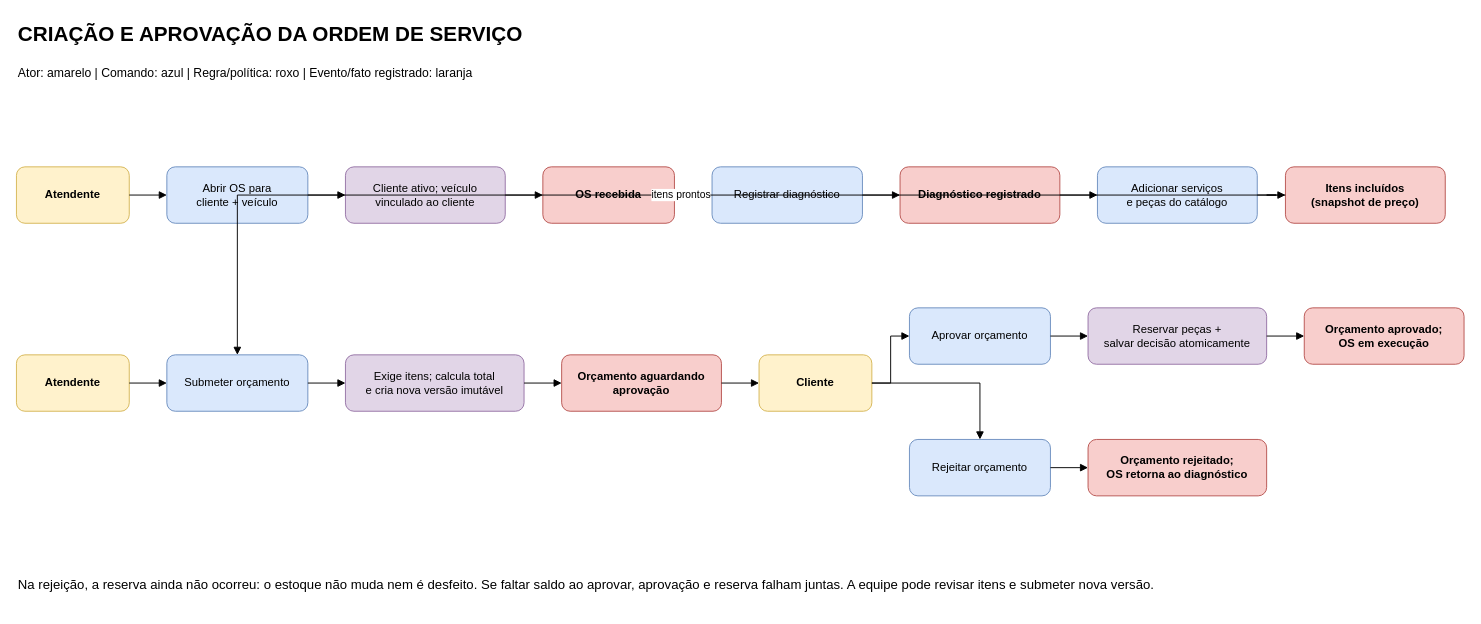
This is page "1 - Criação e aprovação da OS" (1 of 3) of docs/ddd/event-storming.drawio from medanielsantos/fiap-soat, a draw.io file, before an edit. Source tidied: cells renumbered, new cells numbered last; positions are measured from the earlier drawing's top-left corner, leaving out a move shared by most shapes. Both pictures are drawn from the tidied source at 94%, with x=0, y=0 at pixel (16, 16).
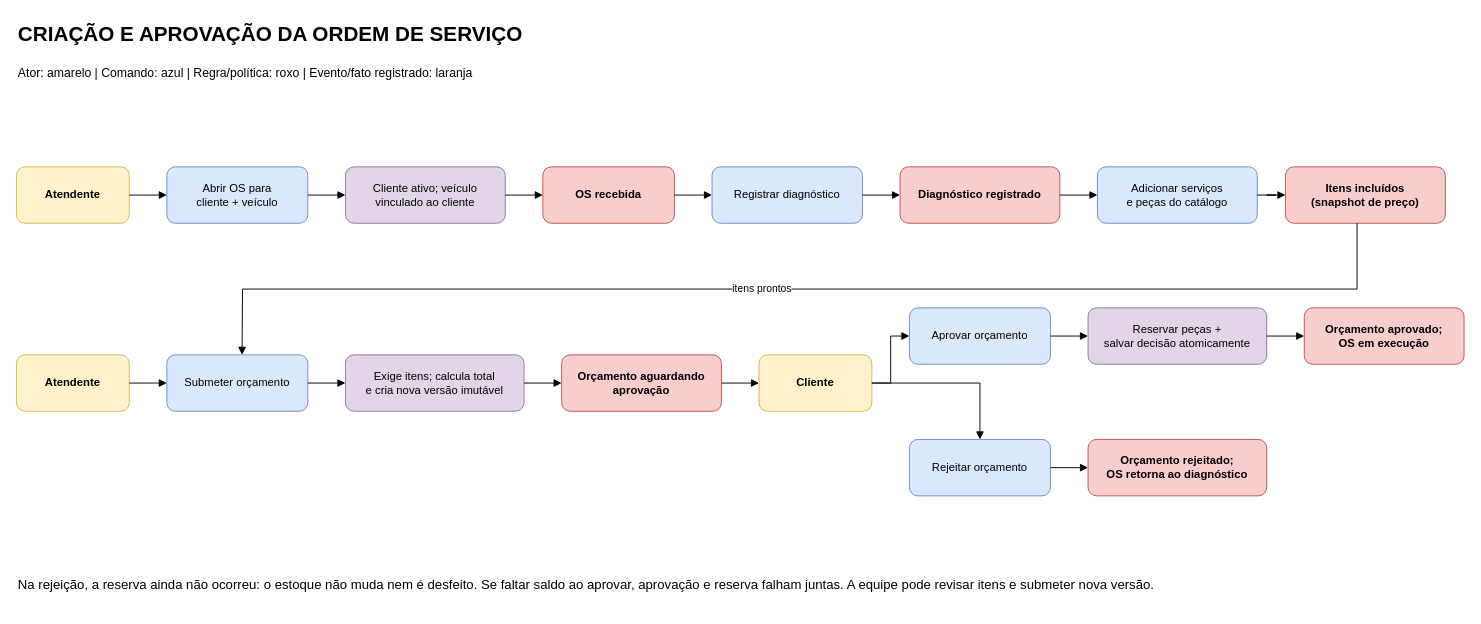
Above is the later version.

The change refers to these unchanged cells:
```xml
<mxCell id="11" value="Itens incluídos&#10;(snapshot de preço)" style="rounded=1;whiteSpace=wrap;html=1;fillColor=#f8cecc;strokeColor=#b85450;fontStyle=1;" parent="1" vertex="1">
  <mxGeometry x="1350" y="160" width="170" height="60" as="geometry" />
</mxCell>
<mxCell id="13" value="Submeter orçamento" style="rounded=1;whiteSpace=wrap;html=1;fillColor=#dae8fc;strokeColor=#6c8ebf;" parent="1" vertex="1">
  <mxGeometry x="160" y="360" width="150" height="60" as="geometry" />
</mxCell>
```

The edit, as a diff of the source:
```diff
@@
-    <mxCell id="39" value="itens prontos" style="edgeStyle=orthogonalEdgeStyle;rounded=0;jettySize=auto;html=1;endArrow=block;endFill=1;" parent="1" edge="1" source="11" target="13">
-      <mxGeometry relative="1" as="geometry" />
+    <mxCell id="39" value="itens prontos" style="edgeStyle=orthogonalEdgeStyle;rounded=0;jettySize=auto;html=1;endArrow=block;endFill=1;exitX=0.448;exitY=1;exitDx=0;exitDy=0;exitPerimeter=0;" parent="1" edge="1" source="11">
+      <mxGeometry x="0.06" relative="1" as="geometry">
+        <mxPoint x="240" y="360" as="targetPoint" />
+      </mxGeometry>
     </mxCell>
```
